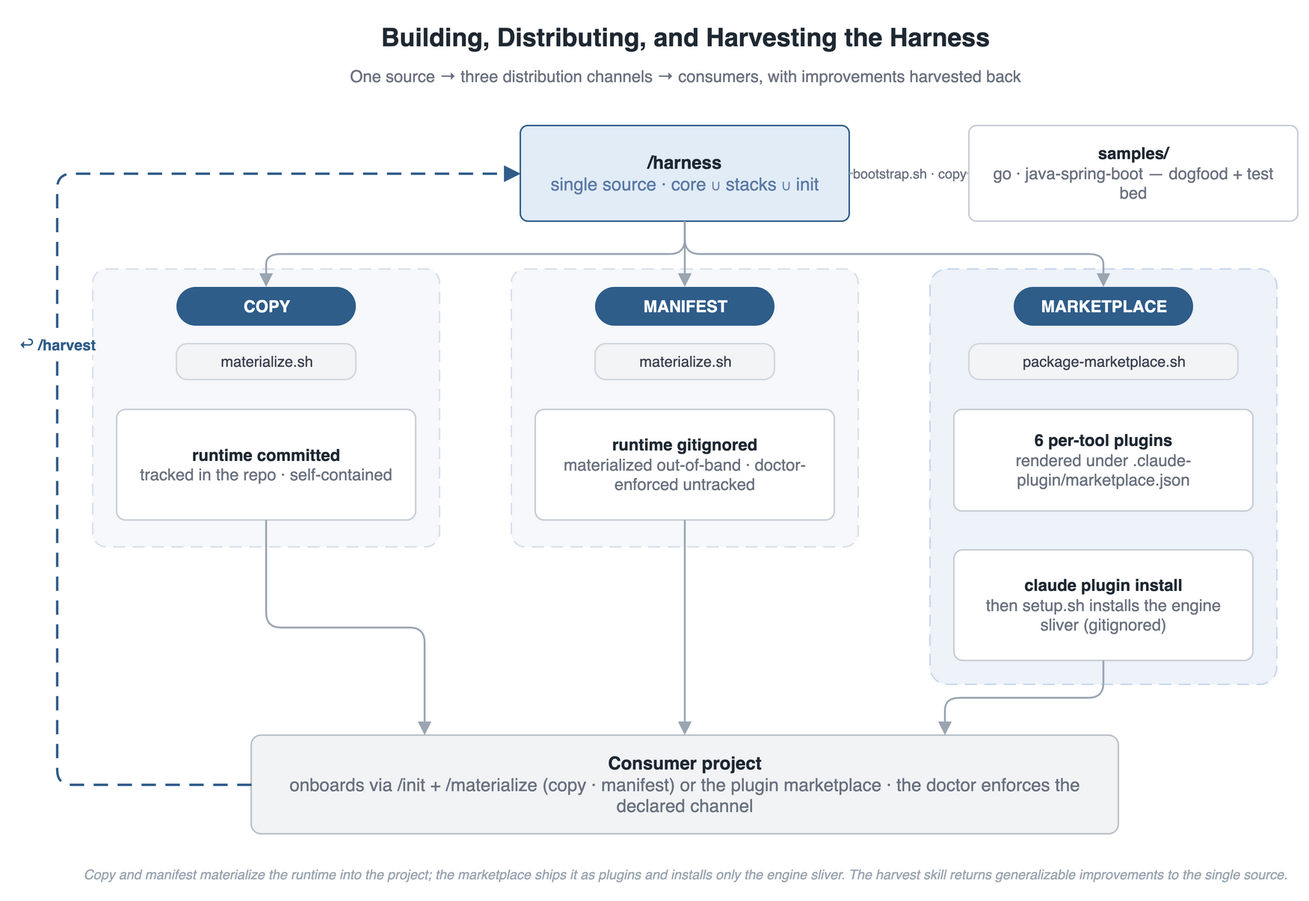
woditschka/agentic-coding-reference keeps this draw.io diagram as docs/images/harness-lifecycle.drawio.png. Above is the earlier version. Source tidied: cells renumbered, new cells last; positions are measured from the earlier drawing's top-left corner, leaving out a move shared by most shapes.
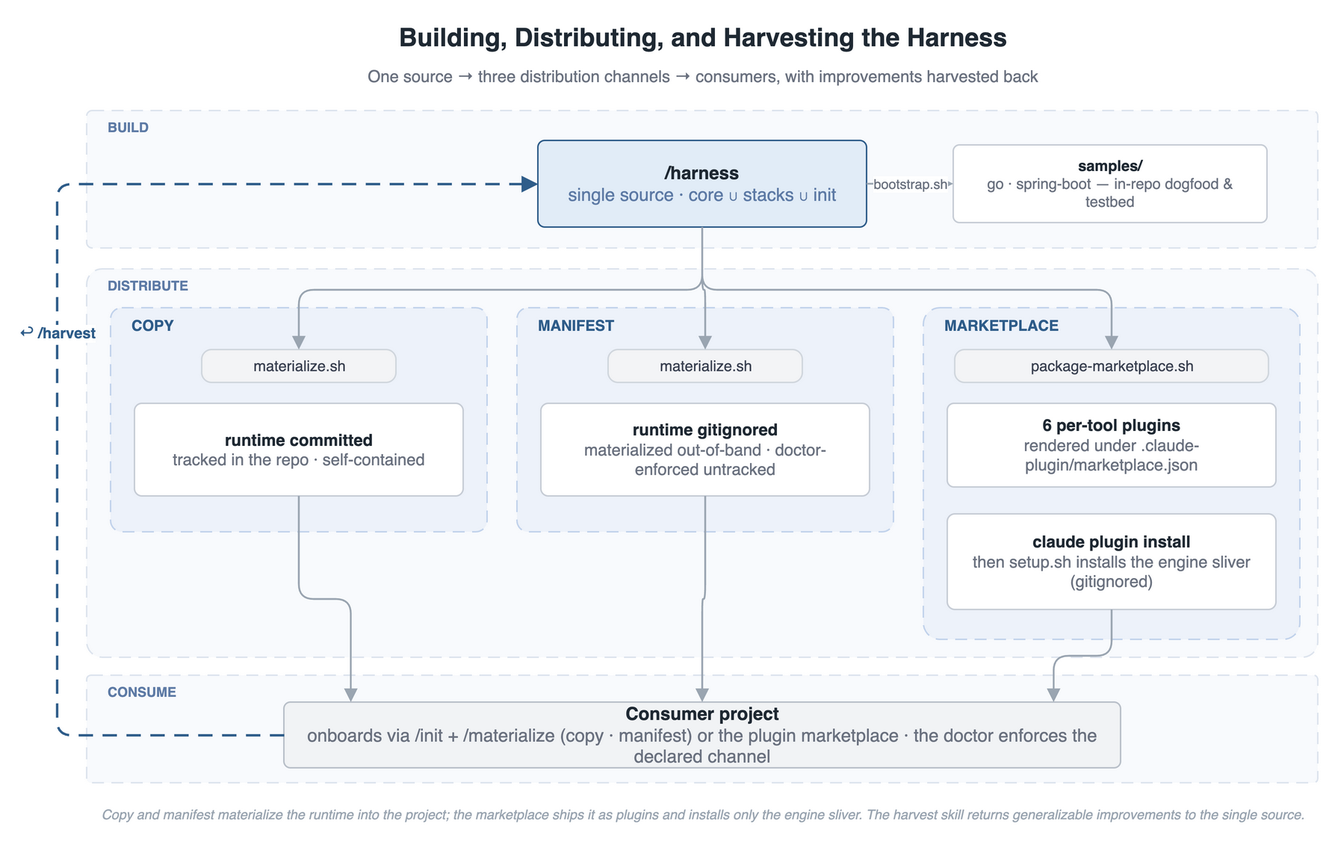
The same file after the commit.

Commit message:
docs(diagrams): re-skin harness-lifecycle for house-style consistency

Bring the lifecycle figure in line with pipeline-flow and spec-flow:
replace the solid dark channel headers with the dashed light-band
idiom and accent labels, frame the flow as three enclosing acts
(BUILD / DISTRIBUTE / CONSUME) matching the title's verbs, demote
samples/ to a subordinate testbed under BUILD, and collapse the fills
to the flat one-accent palette. Restore clean parallel channel drops
and route the source fan as a manifold so each line enters its script
chip straight top-down.

Change to the diagram source:
```diff
@@ -2,91 +2,124 @@
   <root>
     <mxCell id="0" />
     <mxCell id="1" parent="0" />
+    <mxCell id="29" style="rounded=1;arcSize=4;html=1;fillColor=#F8FAFD;strokeColor=#DDE4EE;dashed=1;dashPattern=8 5;" parent="1" vertex="1">
+      <mxGeometry x="8" y="60" width="824" height="92" as="geometry" />
+    </mxCell>
+    <mxCell id="30" style="rounded=1;arcSize=4;html=1;fillColor=#F8FAFD;strokeColor=#DDE4EE;dashed=1;dashPattern=8 5;" parent="1" vertex="1">
+      <mxGeometry x="8" y="166" width="824" height="260" as="geometry" />
+    </mxCell>
+    <mxCell id="31" style="rounded=1;arcSize=4;html=1;fillColor=#F8FAFD;strokeColor=#DDE4EE;dashed=1;dashPattern=8 5;" parent="1" vertex="1">
+      <mxGeometry x="8" y="438" width="824" height="72" as="geometry" />
+    </mxCell>
-    <mxCell id="2" style="rounded=1;arcSize=5;html=1;fillColor=#F6F8FB;strokeColor=#D8E0EC;dashed=1;dashPattern=8 5;" parent="1" vertex="1">
-      <mxGeometry x="24" y="168" width="232" height="186" as="geometry" />
+    <mxCell id="2" style="rounded=1;arcSize=5;html=1;fillColor=#EDF2FA;strokeColor=#C2D3EC;dashed=1;dashPattern=8 5;" parent="1" vertex="1">
+      <mxGeometry x="24" y="192" width="252" height="150" as="geometry" />
     </mxCell>
-    <mxCell id="3" style="rounded=1;arcSize=5;html=1;fillColor=#F6F8FB;strokeColor=#D8E0EC;dashed=1;dashPattern=8 5;" parent="1" vertex="1">
-      <mxGeometry x="304" y="168" width="232" height="186" as="geometry" />
+    <mxCell id="3" style="rounded=1;arcSize=5;html=1;fillColor=#EDF2FA;strokeColor=#C2D3EC;dashed=1;dashPattern=8 5;" parent="1" vertex="1">
+      <mxGeometry x="296" y="192" width="252" height="150" as="geometry" />
     </mxCell>
-    <mxCell id="4" style="rounded=1;arcSize=5;html=1;fillColor=#EEF3FA;strokeColor=#C7D8EE;dashed=1;dashPattern=8 5;" parent="1" vertex="1">
-      <mxGeometry x="584" y="168" width="232" height="278" as="geometry" />
+    <mxCell id="4" style="rounded=1;arcSize=5;html=1;fillColor=#EDF2FA;strokeColor=#C2D3EC;dashed=1;dashPattern=8 5;" parent="1" vertex="1">
+      <mxGeometry x="568" y="192" width="252" height="222" as="geometry" />
     </mxCell>
     <mxCell id="5" value="Building, Distributing, and Harvesting the Harness" style="text;html=1;align=center;verticalAlign=middle;fontSize=17;fontStyle=1;fontColor=#1F2933;" parent="1" vertex="1">
-      <mxGeometry x="20" width="800" height="26" as="geometry" />
+      <mxGeometry x="8" y="-2" width="824" height="26" as="geometry" />
     </mxCell>
     <mxCell id="6" value="One source → three distribution channels → consumers, with improvements harvested back" style="text;html=1;align=center;verticalAlign=middle;fontSize=11;fontColor=#6B7280;" parent="1" vertex="1">
-      <mxGeometry x="20" y="30" width="800" height="18" as="geometry" />
+      <mxGeometry x="8" y="28" width="824" height="18" as="geometry" />
     </mxCell>
     <mxCell id="7" value="&lt;b&gt;/harness&lt;/b&gt;&lt;br&gt;&lt;font color=&quot;#5E7BA6&quot;&gt;single source · core ∪ stacks ∪ init&lt;/font&gt;" style="rounded=1;arcSize=8;whiteSpace=wrap;html=1;fillColor=#E1ECF7;strokeColor=#2F5D8A;fontSize=12;fontColor=#1F2933;verticalAlign=middle;spacingLeft=8;spacingRight=8;" parent="1" vertex="1">
-      <mxGeometry x="310" y="72" width="220" height="64" as="geometry" />
+      <mxGeometry x="310" y="80" width="220" height="58" as="geometry" />
     </mxCell>
-    <mxCell id="8" value="&lt;b&gt;samples/&lt;/b&gt;&lt;br&gt;&lt;font color=&quot;#6B7280&quot;&gt;go · java-spring-boot — dogfood + test bed&lt;/font&gt;" style="rounded=1;arcSize=8;whiteSpace=wrap;html=1;fillColor=#FFFFFF;strokeColor=#C7CDD6;fontSize=11;fontColor=#1F2933;verticalAlign=middle;spacingLeft=8;spacingRight=8;" parent="1" vertex="1">
-      <mxGeometry x="610" y="72" width="220" height="64" as="geometry" />
+    <mxCell id="8" value="&lt;b&gt;samples/&lt;/b&gt;&lt;br&gt;&lt;font color=&quot;#6B7280&quot;&gt;go · spring-boot — in-repo dogfood &amp;amp; testbed&lt;/font&gt;" style="rounded=1;arcSize=8;whiteSpace=wrap;html=1;fillColor=#FFFFFF;strokeColor=#C7CDD6;fontSize=10;fontColor=#1F2933;verticalAlign=middle;spacingLeft=8;spacingRight=8;" parent="1" vertex="1">
+      <mxGeometry x="588" y="83" width="210" height="52" as="geometry" />
     </mxCell>
-    <mxCell id="9" value="COPY" style="rounded=1;arcSize=50;html=1;fillColor=#2F5D8A;strokeColor=none;fontColor=#FFFFFF;fontSize=11;fontStyle=1;verticalAlign=middle;letterSpacing=1;" parent="1" vertex="1">
-      <mxGeometry x="80" y="180" width="120" height="26" as="geometry" />
-    </mxCell>
-    <mxCell id="10" value="MANIFEST" style="rounded=1;arcSize=50;html=1;fillColor=#2F5D8A;strokeColor=none;fontColor=#FFFFFF;fontSize=11;fontStyle=1;verticalAlign=middle;letterSpacing=1;" parent="1" vertex="1">
-      <mxGeometry x="360" y="180" width="120" height="26" as="geometry" />
-    </mxCell>
-    <mxCell id="11" value="MARKETPLACE" style="rounded=1;arcSize=50;html=1;fillColor=#2F5D8A;strokeColor=none;fontColor=#FFFFFF;fontSize=11;fontStyle=1;verticalAlign=middle;letterSpacing=1;" parent="1" vertex="1">
-      <mxGeometry x="640" y="180" width="120" height="26" as="geometry" />
-    </mxCell>
     <mxCell id="12" value="materialize.sh" style="rounded=1;arcSize=30;html=1;fillColor=#F3F4F6;strokeColor=#D1D7DE;fontSize=10;fontColor=#3B4252;verticalAlign=middle;" parent="1" vertex="1">
-      <mxGeometry x="80" y="218" width="120" height="24" as="geometry" />
+      <mxGeometry x="85" y="220" width="130" height="22" as="geometry" />
     </mxCell>
     <mxCell id="13" value="materialize.sh" style="rounded=1;arcSize=30;html=1;fillColor=#F3F4F6;strokeColor=#D1D7DE;fontSize=10;fontColor=#3B4252;verticalAlign=middle;" parent="1" vertex="1">
-      <mxGeometry x="360" y="218" width="120" height="24" as="geometry" />
+      <mxGeometry x="357" y="220" width="130" height="22" as="geometry" />
     </mxCell>
     <mxCell id="14" value="package-marketplace.sh" style="rounded=1;arcSize=30;html=1;fillColor=#F3F4F6;strokeColor=#D1D7DE;fontSize=10;fontColor=#3B4252;verticalAlign=middle;" parent="1" vertex="1">
-      <mxGeometry x="610" y="218" width="180" height="24" as="geometry" />
+      <mxGeometry x="589" y="220" width="210" height="22" as="geometry" />
     </mxCell>
     <mxCell id="15" value="&lt;b&gt;runtime committed&lt;/b&gt;&lt;br&gt;&lt;font color=&quot;#6B7280&quot;&gt;tracked in the repo · self-contained&lt;/font&gt;" style="rounded=1;arcSize=8;whiteSpace=wrap;html=1;fillColor=#FFFFFF;strokeColor=#C7CDD6;fontSize=11;fontColor=#1F2933;verticalAlign=middle;spacingLeft=8;spacingRight=8;" parent="1" vertex="1">
-      <mxGeometry x="40" y="262" width="200" height="74" as="geometry" />
+      <mxGeometry x="40" y="256" width="220" height="62" as="geometry" />
     </mxCell>
     <mxCell id="16" value="&lt;b&gt;runtime gitignored&lt;/b&gt;&lt;br&gt;&lt;font color=&quot;#6B7280&quot;&gt;materialized out-of-band · doctor-enforced untracked&lt;/font&gt;" style="rounded=1;arcSize=8;whiteSpace=wrap;html=1;fillColor=#FFFFFF;strokeColor=#C7CDD6;fontSize=11;fontColor=#1F2933;verticalAlign=middle;spacingLeft=8;spacingRight=8;" parent="1" vertex="1">
-      <mxGeometry x="320" y="262" width="200" height="74" as="geometry" />
+      <mxGeometry x="312" y="256" width="220" height="62" as="geometry" />
     </mxCell>
     <mxCell id="17" value="&lt;b&gt;6 per-tool plugins&lt;/b&gt;&lt;br&gt;&lt;font color=&quot;#6B7280&quot;&gt;rendered under .claude-plugin/marketplace.json&lt;/font&gt;" style="rounded=1;arcSize=8;whiteSpace=wrap;html=1;fillColor=#FFFFFF;strokeColor=#C7CDD6;fontSize=11;fontColor=#1F2933;verticalAlign=middle;spacingLeft=8;spacingRight=8;" parent="1" vertex="1">
-      <mxGeometry x="600" y="262" width="200" height="68" as="geometry" />
+      <mxGeometry x="584" y="256" width="220" height="56" as="geometry" />
     </mxCell>
     <mxCell id="18" value="&lt;b&gt;claude plugin install&lt;/b&gt;&lt;br&gt;&lt;font color=&quot;#6B7280&quot;&gt;then setup.sh installs the engine sliver (gitignored)&lt;/font&gt;" style="rounded=1;arcSize=8;whiteSpace=wrap;html=1;fillColor=#FFFFFF;strokeColor=#C7CDD6;fontSize=11;fontColor=#1F2933;verticalAlign=middle;spacingLeft=8;spacingRight=8;" parent="1" vertex="1">
-      <mxGeometry x="600" y="356" width="200" height="74" as="geometry" />
+      <mxGeometry x="584" y="330" width="220" height="64" as="geometry" />
     </mxCell>
     <mxCell id="19" value="&lt;b&gt;Consumer project&lt;/b&gt;&lt;br&gt;&lt;font color=&quot;#6B7280&quot;&gt;onboards via /init + /materialize (copy · manifest) or the plugin marketplace · the doctor enforces the declared channel&lt;/font&gt;" style="rounded=1;arcSize=10;whiteSpace=wrap;html=1;fillColor=#F1F3F5;strokeColor=#B9C0C9;fontSize=12;fontColor=#1F2933;verticalAlign=middle;spacingLeft=10;spacingRight=10;" parent="1" vertex="1">
-      <mxGeometry x="130" y="480" width="580" height="66" as="geometry" />
+      <mxGeometry x="140" y="456" width="560" height="44" as="geometry" />
     </mxCell>
-    <mxCell id="20" style="edgeStyle=orthogonalEdgeStyle;rounded=1;html=1;endArrow=block;endSize=6;strokeColor=#9AA5B1;strokeWidth=1.2;exitX=0.5;exitY=1;entryX=0.5;entryY=0;" parent="1" edge="1" source="7" target="9">
-      <mxGeometry relative="1" as="geometry" />
+    <mxCell id="20" style="edgeStyle=orthogonalEdgeStyle;rounded=1;html=1;endArrow=block;endSize=6;strokeColor=#9AA5B1;strokeWidth=1.2;exitX=0.5;exitY=1;entryX=0.5;entryY=0;" parent="1" edge="1" source="7" target="12">
+      <mxGeometry relative="1" as="geometry">
+        <Array as="points">
+          <mxPoint x="420" y="180" />
+          <mxPoint x="150" y="180" />
+        </Array>
+      </mxGeometry>
     </mxCell>
-    <mxCell id="21" style="edgeStyle=orthogonalEdgeStyle;rounded=1;html=1;endArrow=block;endSize=6;strokeColor=#9AA5B1;strokeWidth=1.2;exitX=0.5;exitY=1;entryX=0.5;entryY=0;" parent="1" edge="1" source="7" target="10">
-      <mxGeometry relative="1" as="geometry" />
+    <mxCell id="21" style="edgeStyle=orthogonalEdgeStyle;rounded=1;html=1;endArrow=block;endSize=6;strokeColor=#9AA5B1;strokeWidth=1.2;exitX=0.5;exitY=1;entryX=0.5;entryY=0;" parent="1" edge="1" source="7" target="13">
+      <mxGeometry relative="1" as="geometry">
+        <Array as="points">
+          <mxPoint x="420" y="180" />
+          <mxPoint x="422" y="180" />
+        </Array>
+      </mxGeometry>
     </mxCell>
-    <mxCell id="22" style="edgeStyle=orthogonalEdgeStyle;rounded=1;html=1;endArrow=block;endSize=6;strokeColor=#9AA5B1;strokeWidth=1.2;exitX=0.5;exitY=1;entryX=0.5;entryY=0;" parent="1" edge="1" source="7" target="11">
-      <mxGeometry relative="1" as="geometry" />
+    <mxCell id="22" style="edgeStyle=orthogonalEdgeStyle;rounded=1;html=1;endArrow=block;endSize=6;strokeColor=#9AA5B1;strokeWidth=1.2;exitX=0.5;exitY=1;entryX=0.5;entryY=0;" parent="1" edge="1" source="7" target="14">
+      <mxGeometry relative="1" as="geometry">
+        <Array as="points">
+          <mxPoint x="420" y="180" />
+          <mxPoint x="694" y="180" />
+        </Array>
+      </mxGeometry>
     </mxCell>
-    <mxCell id="23" value="bootstrap.sh · copy" style="edgeStyle=orthogonalEdgeStyle;rounded=1;html=1;endArrow=block;endSize=6;strokeColor=#9AA5B1;strokeWidth=1.2;fontSize=9;fontColor=#6B7280;labelBackgroundColor=#FFFFFF;" parent="1" edge="1" source="7" target="8">
+    <mxCell id="23" value="bootstrap.sh" style="edgeStyle=orthogonalEdgeStyle;rounded=1;html=1;endArrow=block;endSize=6;strokeColor=#9AA5B1;strokeWidth=1.2;fontSize=9;fontColor=#6B7280;labelBackgroundColor=#FFFFFF;exitX=1;exitY=0.5;entryX=0;entryY=0.5;" parent="1" edge="1" source="7" target="8">
       <mxGeometry relative="1" as="geometry" />
     </mxCell>
-    <mxCell id="24" style="edgeStyle=orthogonalEdgeStyle;rounded=1;html=1;endArrow=block;endSize=6;strokeColor=#9AA5B1;strokeWidth=1.2;exitX=0.5;exitY=1;entryX=0.2;entryY=0;" parent="1" edge="1" source="15" target="19">
+    <mxCell id="24" style="edgeStyle=orthogonalEdgeStyle;rounded=1;html=1;endArrow=block;endSize=6;strokeColor=#9AA5B1;strokeWidth=1.2;exitX=0.5;exitY=1;entryX=0.08;entryY=0;" parent="1" edge="1" source="15" target="19">
       <mxGeometry relative="1" as="geometry" />
     </mxCell>
     <mxCell id="25" style="edgeStyle=orthogonalEdgeStyle;rounded=1;html=1;endArrow=block;endSize=6;strokeColor=#9AA5B1;strokeWidth=1.2;exitX=0.5;exitY=1;entryX=0.5;entryY=0;" parent="1" edge="1" source="16" target="19">
       <mxGeometry relative="1" as="geometry" />
     </mxCell>
-    <mxCell id="26" style="edgeStyle=orthogonalEdgeStyle;rounded=1;html=1;endArrow=block;endSize=6;strokeColor=#9AA5B1;strokeWidth=1.2;exitX=0.5;exitY=1;entryX=0.8;entryY=0;" parent="1" edge="1" source="18" target="19">
+    <mxCell id="26" style="edgeStyle=orthogonalEdgeStyle;rounded=1;html=1;endArrow=block;endSize=6;strokeColor=#9AA5B1;strokeWidth=1.2;exitX=0.5;exitY=1;entryX=0.92;entryY=0;" parent="1" edge="1" source="18" target="19">
       <mxGeometry relative="1" as="geometry" />
     </mxCell>
     <mxCell id="27" value="↩ /harvest" style="edgeStyle=orthogonalEdgeStyle;rounded=1;html=1;endArrow=block;endSize=7;dashed=1;dashPattern=6 4;strokeColor=#2F5D8A;strokeWidth=1.6;fontSize=10;fontStyle=1;fontColor=#2F5D8A;labelBackgroundColor=#FFFFFF;verticalAlign=middle;exitX=0;exitY=0.5;exitDx=0;exitDy=0;entryX=0;entryY=0.5;entryDx=0;entryDy=0;" parent="1" edge="1" source="19" target="7">
       <mxGeometry relative="1" as="geometry">
         <Array as="points">
-          <mxPoint y="513" />
-          <mxPoint y="104" />
+          <mxPoint x="-12" y="478" />
+          <mxPoint x="-12" y="109" />
         </Array>
       </mxGeometry>
     </mxCell>
     <mxCell id="28" value="Copy and manifest materialize the runtime into the project; the marketplace ships it as plugins and installs only the engine sliver. The harvest skill returns generalizable improvements to the single source." style="text;html=1;align=center;verticalAlign=middle;fontSize=9;fontStyle=2;fontColor=#9AA5B1;" parent="1" vertex="1">
-      <mxGeometry x="20" y="562" width="800" height="22" as="geometry" />
+      <mxGeometry x="8" y="520" width="824" height="22" as="geometry" />
     </mxCell>
+    <mxCell id="32" value="BUILD" style="text;html=1;align=left;verticalAlign=middle;fontSize=9;fontStyle=1;letterSpacing=1;fontColor=#5E7BA6;" parent="1" vertex="1">
+      <mxGeometry x="20" y="64" width="200" height="14" as="geometry" />
+    </mxCell>
+    <mxCell id="33" value="DISTRIBUTE" style="text;html=1;align=left;verticalAlign=middle;fontSize=9;fontStyle=1;letterSpacing=1;fontColor=#5E7BA6;" parent="1" vertex="1">
+      <mxGeometry x="20" y="170" width="110" height="14" as="geometry" />
+    </mxCell>
+    <mxCell id="34" value="CONSUME" style="text;html=1;align=left;verticalAlign=middle;fontSize=9;fontStyle=1;letterSpacing=1;fontColor=#5E7BA6;" parent="1" vertex="1">
+      <mxGeometry x="20" y="442" width="200" height="14" as="geometry" />
+    </mxCell>
+    <mxCell id="9" value="COPY" style="text;html=1;align=left;verticalAlign=middle;fontSize=10;fontStyle=1;letterSpacing=1;fontColor=#2F5D8A;" parent="1" vertex="1">
+      <mxGeometry x="36" y="196" width="120" height="16" as="geometry" />
+    </mxCell>
+    <mxCell id="10" value="MANIFEST" style="text;html=1;align=left;verticalAlign=middle;fontSize=10;fontStyle=1;letterSpacing=1;fontColor=#2F5D8A;" parent="1" vertex="1">
+      <mxGeometry x="308" y="196" width="120" height="16" as="geometry" />
+    </mxCell>
+    <mxCell id="11" value="MARKETPLACE" style="text;html=1;align=left;verticalAlign=middle;fontSize=10;fontStyle=1;letterSpacing=1;fontColor=#2F5D8A;" parent="1" vertex="1">
+      <mxGeometry x="580" y="196" width="160" height="16" as="geometry" />
+    </mxCell>
   </root>
 </mxGraphModel>
```
